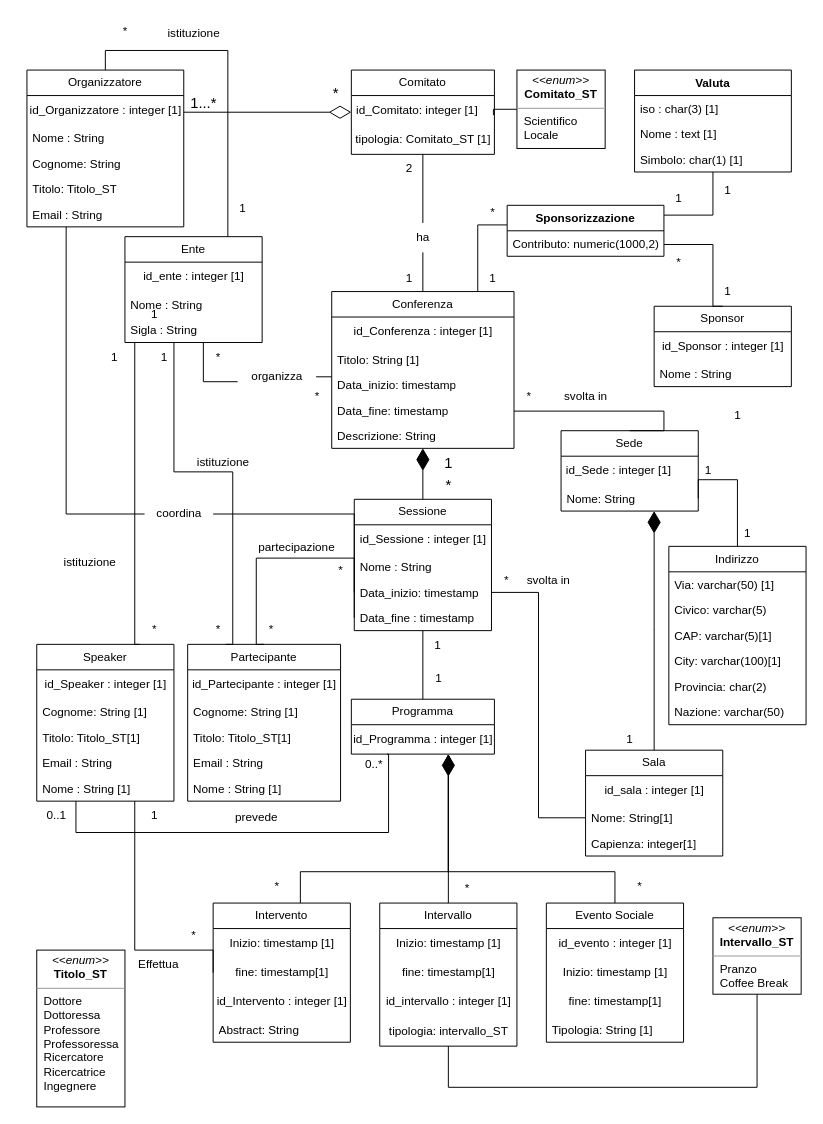
Antonio-Caporaso/OO-BD-22-23 keeps this draw.io diagram as Documentazione/Documentazione_DB/Immagini/Ristrutturato_finale.drawio. Above is the earlier version. Source tidied: cells renumbered, new cells numbered last; positions are measured from the earlier drawing's top-left corner, leaving out a move shared by most shapes. Both pictures are drawn from the tidied source at 98%, with x=0, y=0 at pixel (26, 17).
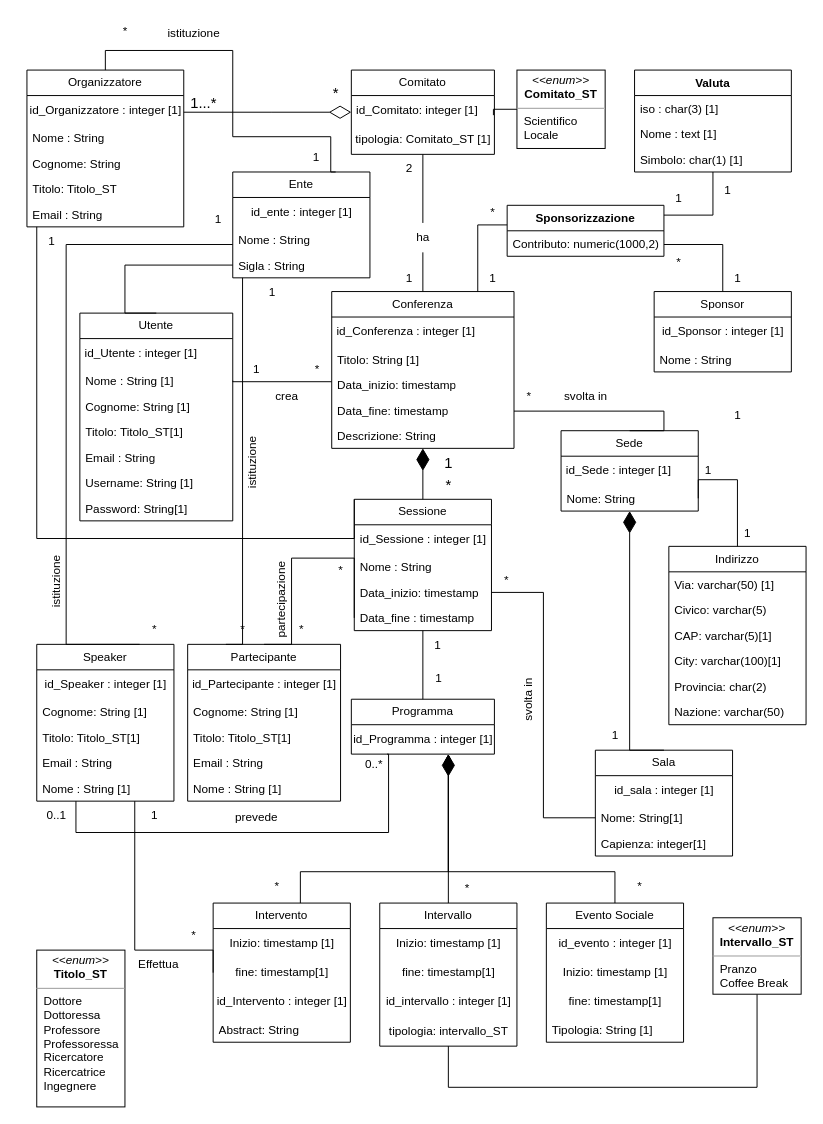
After the change.

The change refers to these unchanged cells:
```xml
<mxCell id="2" value="Organizzatore" style="swimlane;fontStyle=0;horizontal=1;startSize=26;fillColor=none;whiteSpace=wrap;html=1;" parent="1" vertex="1">
  <mxGeometry y="54" width="160" height="160" as="geometry" />
</mxCell>
<mxCell id="15" value="Conferenza" style="swimlane;fontStyle=0;horizontal=1;startSize=26;fillColor=none;whiteSpace=wrap;html=1;fontFamily=Helvetica;fontSize=12;fontColor=default;" parent="1" vertex="1">
  <mxGeometry x="311" y="280" width="186" height="160" as="geometry" />
</mxCell>
<mxCell id="29" value="Sponsorizzazione" style="swimlane;fontStyle=1;align=center;verticalAlign=top;horizontal=1;startSize=26;whiteSpace=wrap;html=1;fontFamily=Helvetica;fontSize=12;fontColor=default;fillColor=none;gradientColor=none;" parent="1" vertex="1">
  <mxGeometry x="490" y="192" width="160" height="52" as="geometry" />
</mxCell>
<mxCell id="35" value="Sigla : String" style="text;strokeColor=none;fillColor=none;align=left;verticalAlign=top;spacingLeft=4;spacingRight=4;overflow=hidden;points=[[0,0.5],[1,0.5]];portConstraint=eastwest;whiteSpace=wrap;html=1;fontSize=12;fontFamily=Helvetica;fontColor=default;" parent="32" vertex="1">
  <mxGeometry y="82" width="140" height="26" as="geometry" />
</mxCell>
<mxCell id="42" value="Sessione" style="swimlane;fontStyle=0;horizontal=1;startSize=26;fillColor=none;whiteSpace=wrap;html=1;fontFamily=Helvetica;fontSize=12;fontColor=default;" parent="1" vertex="1">
  <mxGeometry x="334" y="492" width="140" height="134" as="geometry" />
</mxCell>
<mxCell id="45" value="Data_inizio: timestamp" style="text;strokeColor=none;fillColor=none;align=left;verticalAlign=top;spacingLeft=4;spacingRight=4;overflow=hidden;points=[[0,0.5],[1,0.5]];portConstraint=eastwest;whiteSpace=wrap;html=1;fontSize=12;fontFamily=Helvetica;fontColor=default;" parent="42" vertex="1">
  <mxGeometry y="82" width="140" height="26" as="geometry" />
</mxCell>
<mxCell id="46" value="Data_fine : timestamp" style="text;strokeColor=none;fillColor=none;align=left;verticalAlign=top;spacingLeft=4;spacingRight=4;overflow=hidden;points=[[0,0.5],[1,0.5]];portConstraint=eastwest;whiteSpace=wrap;html=1;fontSize=12;fontFamily=Helvetica;fontColor=default;" parent="42" vertex="1">
  <mxGeometry y="108" width="140" height="26" as="geometry" />
</mxCell>
<mxCell id="53" value="Sede" style="swimlane;fontStyle=0;horizontal=1;startSize=26;fillColor=none;whiteSpace=wrap;html=1;fontFamily=Helvetica;fontSize=12;fontColor=default;" parent="1" vertex="1">
  <mxGeometry x="545" y="422" width="140" height="82" as="geometry" />
</mxCell>
<mxCell id="72" value="Speaker" style="swimlane;fontStyle=0;horizontal=1;startSize=26;fillColor=none;whiteSpace=wrap;html=1;fontFamily=Helvetica;fontSize=12;fontColor=default;" parent="1" vertex="1">
  <mxGeometry x="10" y="640" width="140" height="160" as="geometry" />
</mxCell>
<mxCell id="80" value="Partecipante" style="swimlane;fontStyle=0;horizontal=1;startSize=26;fillColor=none;whiteSpace=wrap;html=1;fontFamily=Helvetica;fontSize=12;fontColor=default;" parent="1" vertex="1">
  <mxGeometry x="164" y="640" width="156" height="160" as="geometry" />
</mxCell>
```

The edit, as a diff of the source:
```diff
@@
-    <mxCell id="16" value="id_Conferenza : integer [1]" style="text;html=1;align=center;verticalAlign=middle;strokeColor=none;fillColor=none;" parent="15" vertex="1">
+    <mxCell id="16" value="&amp;nbsp;id_Conferenza : integer [1]" style="text;html=1;align=left;verticalAlign=middle;strokeColor=none;fillColor=none;" parent="15" vertex="1">
       <mxGeometry y="26" width="186" height="30" as="geometry" />
     </mxCell>
@@
     <mxCell id="25" style="edgeStyle=orthogonalEdgeStyle;rounded=0;jettySize=auto;html=1;exitX=0.5;exitY=0;exitDx=0;exitDy=0;endArrow=none;endFill=0;" parent="1" edge="1" source="26" target="29">
       <mxGeometry relative="1" as="geometry">
         <Array as="points">
-          <mxPoint x="700" y="295" />
-          <mxPoint x="700" y="232" />
+          <mxPoint x="710" y="232" />
         </Array>
       </mxGeometry>
     </mxCell>
     <mxCell id="26" value="Sponsor" style="swimlane;fontStyle=0;horizontal=1;startSize=26;fillColor=none;whiteSpace=wrap;html=1;fontFamily=Helvetica;fontSize=12;fontColor=default;" parent="1" vertex="1">
-      <mxGeometry x="640" y="295" width="140" height="82" as="geometry" />
+      <mxGeometry x="640" y="280" width="140" height="82" as="geometry" />
     </mxCell>
@@
     <mxCell id="31" style="edgeStyle=orthogonalEdgeStyle;rounded=0;jettySize=auto;html=1;exitX=0.75;exitY=0;exitDx=0;exitDy=0;entryX=0.5;entryY=0;entryDx=0;entryDy=0;fontFamily=Helvetica;fontSize=12;fontColor=default;endArrow=none;endFill=0;" parent="1" edge="1" source="32" target="2">
-      <mxGeometry relative="1" as="geometry" />
+      <mxGeometry relative="1" as="geometry">
+        <Array as="points">
+          <mxPoint x="310" y="122" />
+          <mxPoint x="210" y="122" />
+          <mxPoint x="210" y="34" />
+          <mxPoint x="80" y="34" />
+        </Array>
+      </mxGeometry>
     </mxCell>
     <mxCell id="32" value="Ente" style="swimlane;fontStyle=0;horizontal=1;startSize=26;fillColor=none;whiteSpace=wrap;html=1;fontFamily=Helvetica;fontSize=12;fontColor=default;" parent="1" vertex="1">
-      <mxGeometry x="100" y="224" width="140" height="108" as="geometry" />
+      <mxGeometry x="210" y="158" width="140" height="108" as="geometry" />
     </mxCell>
@@
-    <mxCell id="36" style="edgeStyle=orthogonalEdgeStyle;rounded=0;jettySize=auto;html=1;exitX=1;exitY=0.5;exitDx=0;exitDy=0;fontFamily=Helvetica;fontSize=12;fontColor=default;endArrow=none;endFill=0;" parent="1" edge="1" source="38" target="15">
-      <mxGeometry relative="1" as="geometry">
-        <Array as="points">
-          <mxPoint x="330" y="367" />
-          <mxPoint x="330" y="367" />
-        </Array>
-      </mxGeometry>
-    </mxCell>
-    <mxCell id="37" style="edgeStyle=orthogonalEdgeStyle;rounded=0;jettySize=auto;html=1;fontFamily=Helvetica;fontSize=12;fontColor=default;endArrow=none;endFill=0;" parent="1" edge="1" source="32" target="38">
-      <mxGeometry relative="1" as="geometry">
-        <Array as="points">
-          <mxPoint x="180" y="372" />
-          <mxPoint x="255" y="372" />
-        </Array>
-      </mxGeometry>
-    </mxCell>
-    <mxCell id="38" value="organizza" style="text;html=1;align=center;verticalAlign=middle;points=[];strokeColor=none;fillColor=none;fontSize=12;fontFamily=Helvetica;fontColor=default;" parent="1" vertex="1">
-      <mxGeometry x="215" y="352" width="80" height="30" as="geometry" />
-    </mxCell>
-    <mxCell id="39" value="*" style="text;html=1;align=center;verticalAlign=middle;strokeColor=none;fillColor=none;fontSize=12;fontFamily=Helvetica;fontColor=default;" parent="1" vertex="1">
-      <mxGeometry x="281" y="372" width="30" height="30" as="geometry" />
-    </mxCell>
-    <mxCell id="40" value="*" style="text;html=1;align=center;verticalAlign=middle;strokeColor=none;fillColor=none;fontSize=12;fontFamily=Helvetica;fontColor=default;" parent="1" vertex="1">
-      <mxGeometry x="180" y="332" width="30" height="30" as="geometry" />
-    </mxCell>
@@
+    <mxCell id="157" style="edgeStyle=orthogonalEdgeStyle;rounded=0;jettySize=auto;html=1;exitX=0;exitY=0;exitDx=0;exitDy=0;endArrow=none;endFill=0;" parent="1" edge="1" source="42" target="2">
+      <mxGeometry relative="1" as="geometry">
+        <Array as="points">
+          <mxPoint x="334" y="532" />
+          <mxPoint x="10" y="532" />
+        </Array>
+      </mxGeometry>
+    </mxCell>
@@
-    <mxCell id="49" style="edgeStyle=orthogonalEdgeStyle;rounded=0;jettySize=auto;html=1;exitX=0;exitY=0.5;exitDx=0;exitDy=0;fontFamily=Helvetica;fontSize=12;fontColor=default;endArrow=none;endFill=0;" parent="1" edge="1" source="51" target="2">
-      <mxGeometry relative="1" as="geometry">
-        <Array as="points">
-          <mxPoint x="40" y="507" />
-        </Array>
-      </mxGeometry>
-    </mxCell>
-    <mxCell id="50" style="edgeStyle=orthogonalEdgeStyle;rounded=0;jettySize=auto;html=1;exitX=0;exitY=0.5;exitDx=0;exitDy=0;fontFamily=Helvetica;fontSize=12;fontColor=default;endArrow=none;endFill=0;" parent="1" edge="1" source="45" target="51">
-      <mxGeometry relative="1" as="geometry">
-        <Array as="points">
-          <mxPoint x="334" y="507" />
-        </Array>
-      </mxGeometry>
-    </mxCell>
-    <mxCell id="51" value="coordina" style="text;html=1;align=center;verticalAlign=middle;points=[];strokeColor=none;fillColor=none;fontSize=12;fontFamily=Helvetica;fontColor=default;" parent="1" vertex="1">
-      <mxGeometry x="120" y="492" width="70" height="30" as="geometry" />
-    </mxCell>
@@
     <mxCell id="56" style="edgeStyle=orthogonalEdgeStyle;rounded=0;jettySize=auto;html=1;exitX=0.5;exitY=0;exitDx=0;exitDy=0;fontFamily=Helvetica;fontSize=12;fontColor=default;endArrow=diamondThin;endFill=1;endSize=20;" parent="1" edge="1" source="57" target="53">
       <mxGeometry relative="1" as="geometry">
         <Array as="points">
-          <mxPoint x="640" y="622" />
-          <mxPoint x="640" y="622" />
+          <mxPoint x="615" y="748" />
         </Array>
       </mxGeometry>
     </mxCell>
     <mxCell id="57" value="Sala" style="swimlane;fontStyle=0;horizontal=1;startSize=26;fillColor=none;whiteSpace=wrap;html=1;fontFamily=Helvetica;fontSize=12;fontColor=default;" parent="1" vertex="1">
-      <mxGeometry x="570" y="748" width="140" height="108" as="geometry" />
+      <mxGeometry x="580" y="748" width="140" height="108" as="geometry" />
     </mxCell>
@@
     <mxCell id="65" value="1" style="text;html=1;align=center;verticalAlign=middle;strokeColor=none;fillColor=none;fontSize=12;fontFamily=Helvetica;fontColor=default;" parent="1" vertex="1">
-      <mxGeometry x="600" y="722" width="30" height="30" as="geometry" />
+      <mxGeometry x="585" y="718" width="30" height="30" as="geometry" />
     </mxCell>
@@
     <mxCell id="71" style="edgeStyle=orthogonalEdgeStyle;rounded=0;jettySize=auto;html=1;exitX=0.75;exitY=0;exitDx=0;exitDy=0;fontFamily=Helvetica;fontSize=12;fontColor=default;endArrow=none;endFill=0;" parent="1" edge="1" source="72" target="32">
       <mxGeometry relative="1" as="geometry">
         <Array as="points">
-          <mxPoint x="110" y="640" />
+          <mxPoint x="40" y="640" />
+          <mxPoint x="40" y="232" />
         </Array>
       </mxGeometry>
     </mxCell>
@@
     <mxCell id="78" style="edgeStyle=orthogonalEdgeStyle;rounded=0;jettySize=auto;html=1;exitX=0.25;exitY=0;exitDx=0;exitDy=0;fontFamily=Helvetica;fontSize=12;fontColor=default;endArrow=none;endFill=0;" parent="1" edge="1" source="80" target="32">
       <mxGeometry relative="1" as="geometry">
         <Array as="points">
-          <mxPoint x="210" y="640" />
-          <mxPoint x="210" y="464" />
-          <mxPoint x="150" y="464" />
+          <mxPoint x="220" y="640" />
         </Array>
       </mxGeometry>
     </mxCell>
     <mxCell id="79" style="edgeStyle=orthogonalEdgeStyle;rounded=0;jettySize=auto;html=1;exitX=0.5;exitY=0;exitDx=0;exitDy=0;fontFamily=Helvetica;fontSize=12;fontColor=default;entryX=0;entryY=0.5;entryDx=0;entryDy=0;endArrow=none;endFill=0;" parent="1" edge="1" source="80" target="46">
       <mxGeometry relative="1" as="geometry">
         <Array as="points">
-          <mxPoint x="234" y="552" />
+          <mxPoint x="270" y="640" />
+          <mxPoint x="270" y="552" />
           <mxPoint x="334" y="552" />
         </Array>
       </mxGeometry>
     </mxCell>
@@
     <mxCell id="108" value="*" style="text;html=1;align=center;verticalAlign=middle;strokeColor=none;fillColor=none;fontSize=12;fontFamily=Helvetica;fontColor=default;" parent="1" vertex="1">
-      <mxGeometry x="234" y="610" width="30" height="30" as="geometry" />
+      <mxGeometry x="265" y="610" width="30" height="30" as="geometry" />
     </mxCell>
@@
     <mxCell id="110" value="1" style="text;html=1;align=center;verticalAlign=middle;strokeColor=none;fillColor=none;fontSize=12;fontFamily=Helvetica;fontColor=default;" parent="1" vertex="1">
-      <mxGeometry x="115" y="288" width="30" height="30" as="geometry" />
+      <mxGeometry x="280" y="128" width="30" height="30" as="geometry" />
     </mxCell>
@@
     <mxCell id="112" value="1" style="text;html=1;align=center;verticalAlign=middle;strokeColor=none;fillColor=none;fontSize=12;fontFamily=Helvetica;fontColor=default;" parent="1" vertex="1">
-      <mxGeometry x="205" y="180" width="30" height="30" as="geometry" />
+      <mxGeometry x="180" y="192" width="30" height="30" as="geometry" />
     </mxCell>
@@
-    <mxCell id="114" value="partecipazione" style="text;html=1;align=center;verticalAlign=middle;strokeColor=none;fillColor=none;" parent="1" vertex="1">
-      <mxGeometry x="225" y="526" width="100" height="30" as="geometry" />
+    <mxCell id="114" value="partecipazione" style="text;html=1;align=center;verticalAlign=middle;strokeColor=none;fillColor=none;horizontal=0;" parent="1" vertex="1">
+      <mxGeometry x="210" y="580" width="100" height="30" as="geometry" />
     </mxCell>
@@
-    <mxCell id="116" value="svolta in" style="text;html=1;align=center;verticalAlign=middle;strokeColor=none;fillColor=none;" parent="1" vertex="1">
-      <mxGeometry x="497" y="560" width="70" height="30" as="geometry" />
+    <mxCell id="116" value="svolta in" style="text;html=1;align=center;verticalAlign=middle;strokeColor=none;fillColor=none;horizontal=0;" parent="1" vertex="1">
+      <mxGeometry x="477" y="682" width="70" height="30" as="geometry" />
     </mxCell>
@@
-    <mxCell id="118" value="istituzione" style="text;html=1;align=center;verticalAlign=middle;strokeColor=none;fillColor=none;" parent="1" vertex="1">
-      <mxGeometry x="24" y="542" width="80" height="30" as="geometry" />
+    <mxCell id="118" value="istituzione" style="text;html=1;align=center;verticalAlign=middle;strokeColor=none;fillColor=none;horizontal=0;" parent="1" vertex="1">
+      <mxGeometry x="-10" y="561.5" width="80" height="30" as="geometry" />
     </mxCell>
-    <mxCell id="119" value="istituzione" style="text;html=1;align=center;verticalAlign=middle;strokeColor=none;fillColor=none;" parent="1" vertex="1">
-      <mxGeometry x="160" y="440" width="80" height="30" as="geometry" />
+    <mxCell id="119" value="istituzione" style="text;html=1;align=center;verticalAlign=middle;strokeColor=none;fillColor=none;horizontal=0;" parent="1" vertex="1">
+      <mxGeometry x="190" y="440" width="80" height="30" as="geometry" />
     </mxCell>
     <mxCell id="120" value="*" style="text;html=1;align=center;verticalAlign=middle;strokeColor=none;fillColor=none;fontSize=12;fontFamily=Helvetica;fontColor=default;" parent="1" vertex="1">
-      <mxGeometry x="180" y="610" width="30" height="30" as="geometry" />
+      <mxGeometry x="205" y="610" width="30" height="30" as="geometry" />
     </mxCell>
@@
     <mxCell id="132" value="1" style="text;html=1;align=center;verticalAlign=middle;strokeColor=none;fillColor=none;" parent="1" vertex="1">
-      <mxGeometry x="125" y="332" width="30" height="30" as="geometry" />
+      <mxGeometry x="235" y="266" width="30" height="30" as="geometry" />
     </mxCell>
     <mxCell id="133" value="1" style="text;html=1;align=center;verticalAlign=middle;strokeColor=none;fillColor=none;" parent="1" vertex="1">
-      <mxGeometry x="74" y="332" width="30" height="30" as="geometry" />
+      <mxGeometry x="10" y="214" width="30" height="30" as="geometry" />
     </mxCell>
@@
     <mxCell id="140" value="1" style="text;html=1;align=center;verticalAlign=middle;strokeColor=none;fillColor=none;" parent="1" vertex="1">
-      <mxGeometry x="700" y="265" width="30" height="30" as="geometry" />
+      <mxGeometry x="710" y="252" width="30" height="30" as="geometry" />
     </mxCell>
@@
+    <mxCell id="158" value="Utente" style="swimlane;fontStyle=0;horizontal=1;startSize=26;fillColor=none;whiteSpace=wrap;html=1;fontFamily=Helvetica;fontSize=12;fontColor=default;" parent="1" vertex="1">
+      <mxGeometry x="54" y="302" width="156" height="212" as="geometry" />
+    </mxCell>
+    <mxCell id="159" value="&amp;nbsp;id_Utente : integer [1]" style="text;html=1;align=left;verticalAlign=middle;strokeColor=none;fillColor=none;fontStyle=0;" parent="158" vertex="1">
+      <mxGeometry y="26" width="156" height="30" as="geometry" />
+    </mxCell>
+    <mxCell id="160" value="Nome : String [1]" style="text;strokeColor=none;fillColor=none;align=left;verticalAlign=top;spacingLeft=4;spacingRight=4;overflow=hidden;points=[[0,0.5],[1,0.5]];portConstraint=eastwest;whiteSpace=wrap;html=1;" parent="158" vertex="1">
+      <mxGeometry y="56" width="156" height="26" as="geometry" />
+    </mxCell>
+    <mxCell id="161" value="Cognome: String [1]" style="text;strokeColor=none;fillColor=none;align=left;verticalAlign=top;spacingLeft=4;spacingRight=4;overflow=hidden;whiteSpace=wrap;html=1;" parent="158" vertex="1">
+      <mxGeometry y="82" width="156" height="26" as="geometry" />
+    </mxCell>
+    <mxCell id="162" value="Titolo: Titolo_ST[1]" style="text;strokeColor=none;fillColor=none;align=left;verticalAlign=top;spacingLeft=4;spacingRight=4;overflow=hidden;whiteSpace=wrap;html=1;" parent="158" vertex="1">
+      <mxGeometry y="108" width="156" height="26" as="geometry" />
+    </mxCell>
+    <mxCell id="163" value="Email : String" style="text;strokeColor=none;fillColor=none;align=left;verticalAlign=top;spacingLeft=4;spacingRight=4;overflow=hidden;whiteSpace=wrap;html=1;" parent="158" vertex="1">
+      <mxGeometry y="134" width="156" height="26" as="geometry" />
+    </mxCell>
+    <mxCell id="164" value="Username: String [1]" style="text;strokeColor=none;fillColor=none;align=left;verticalAlign=top;spacingLeft=4;spacingRight=4;overflow=hidden;whiteSpace=wrap;html=1;" parent="158" vertex="1">
+      <mxGeometry y="160" width="156" height="26" as="geometry" />
+    </mxCell>
+    <mxCell id="165" value="Password: String[1]" style="text;strokeColor=none;fillColor=none;align=left;verticalAlign=top;spacingLeft=4;spacingRight=4;overflow=hidden;whiteSpace=wrap;html=1;" parent="158" vertex="1">
+      <mxGeometry y="186" width="156" height="26" as="geometry" />
+    </mxCell>
+    <mxCell id="166" style="edgeStyle=orthogonalEdgeStyle;rounded=0;jettySize=auto;html=1;exitX=0;exitY=0.5;exitDx=0;exitDy=0;entryX=0.5;entryY=0;entryDx=0;entryDy=0;endArrow=none;endFill=0;" parent="1" edge="1" source="35" target="158">
+      <mxGeometry relative="1" as="geometry">
+        <Array as="points">
+          <mxPoint x="100" y="253" />
+          <mxPoint x="100" y="302" />
+        </Array>
+      </mxGeometry>
+    </mxCell>
+    <mxCell id="167" style="edgeStyle=orthogonalEdgeStyle;rounded=0;jettySize=auto;html=1;exitX=1;exitY=0.5;exitDx=0;exitDy=0;endArrow=none;endFill=0;" parent="1" edge="1" source="160" target="15">
+      <mxGeometry relative="1" as="geometry">
+        <Array as="points">
+          <mxPoint x="210" y="372" />
+        </Array>
+      </mxGeometry>
+    </mxCell>
+    <mxCell id="168" value="1" style="text;html=1;align=center;verticalAlign=middle;strokeColor=none;fillColor=none;" parent="1" vertex="1">
+      <mxGeometry x="219" y="345" width="30" height="30" as="geometry" />
+    </mxCell>
+    <mxCell id="169" value="*" style="text;html=1;align=center;verticalAlign=middle;strokeColor=none;fillColor=none;" parent="1" vertex="1">
+      <mxGeometry x="281" y="345" width="30" height="30" as="geometry" />
+    </mxCell>
+    <mxCell id="170" value="crea" style="text;html=1;align=center;verticalAlign=middle;strokeColor=none;fillColor=none;" parent="1" vertex="1">
+      <mxGeometry x="240" y="372" width="50" height="30" as="geometry" />
+    </mxCell>
```
